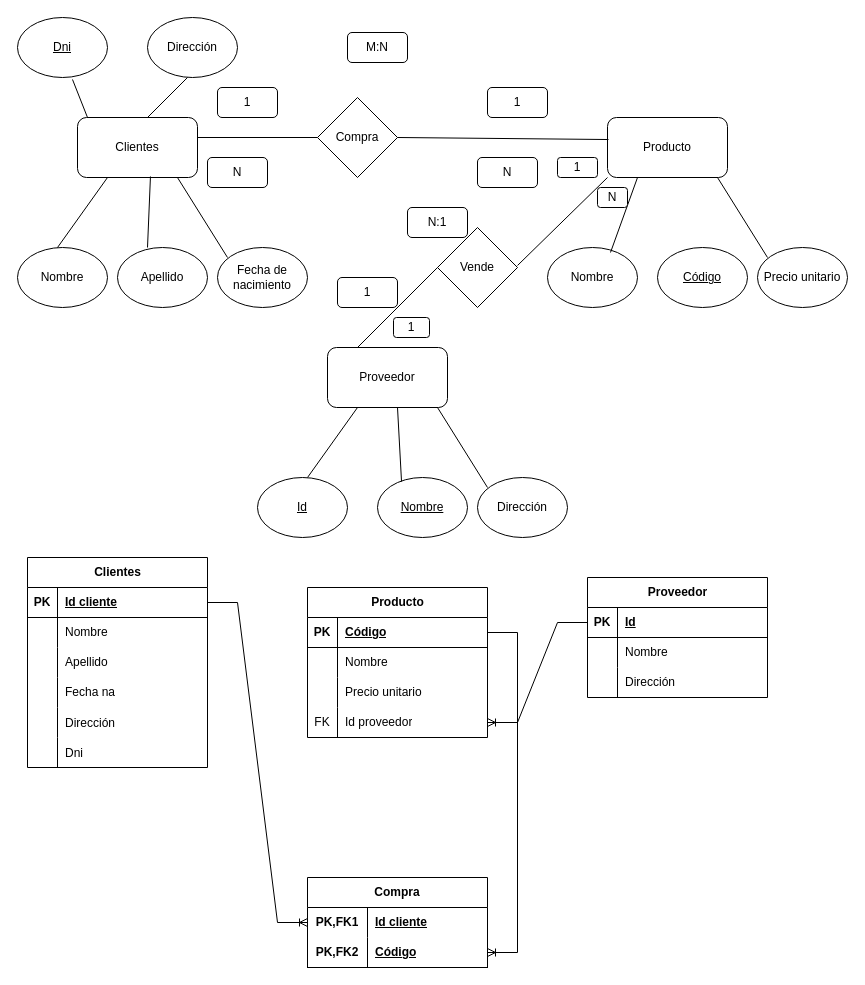
Above: Ej1.drawio in kevinld93/Diagramas (draw.io), before the change. Source tidied: cells renumbered, new cells numbered last; positions are measured from the earlier drawing's top-left corner, leaving out a move shared by most shapes. Both pictures are drawn from the tidied source at 100%, with x=0, y=0 at pixel (17, 17).
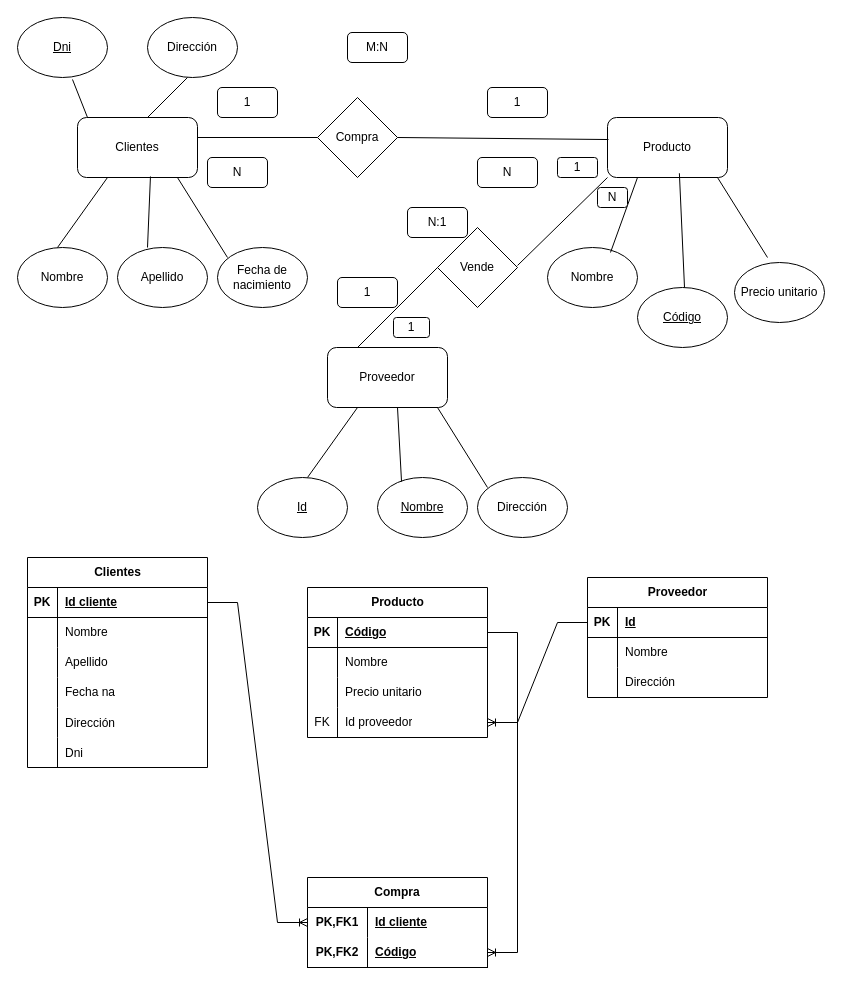
The same page after the edit.

Unchanged cells that the change refers to:
```xml
<mxCell id="3" value="Producto" style="rounded=1;whiteSpace=wrap;html=1;" parent="1" vertex="1">
  <mxGeometry x="590" y="100" width="120" height="60" as="geometry" />
</mxCell>
```

Change to the diagram source:
```diff
@@
     <mxCell id="15" value="&lt;u&gt;Código&lt;/u&gt;" style="ellipse;whiteSpace=wrap;html=1;" parent="1" vertex="1">
-      <mxGeometry x="640" y="230" width="90" height="60" as="geometry" />
+      <mxGeometry x="620" y="270" width="90" height="60" as="geometry" />
     </mxCell>
@@
     <mxCell id="17" value="Precio unitario" style="ellipse;whiteSpace=wrap;html=1;" parent="1" vertex="1">
-      <mxGeometry x="740" y="230" width="90" height="60" as="geometry" />
+      <mxGeometry x="717" y="245" width="90" height="60" as="geometry" />
     </mxCell>
@@
+    <mxCell id="94" style="endArrow=none;html=1;rounded=0;entryX=0.599;entryY=0.929;entryDx=0;entryDy=0;entryPerimeter=0;" parent="1" edge="1" target="3">
+      <mxGeometry relative="1" as="geometry">
+        <mxPoint x="667" y="270" as="sourcePoint" />
+        <Array as="points">
+          <mxPoint x="667" y="270" />
+        </Array>
+      </mxGeometry>
+    </mxCell>
```
